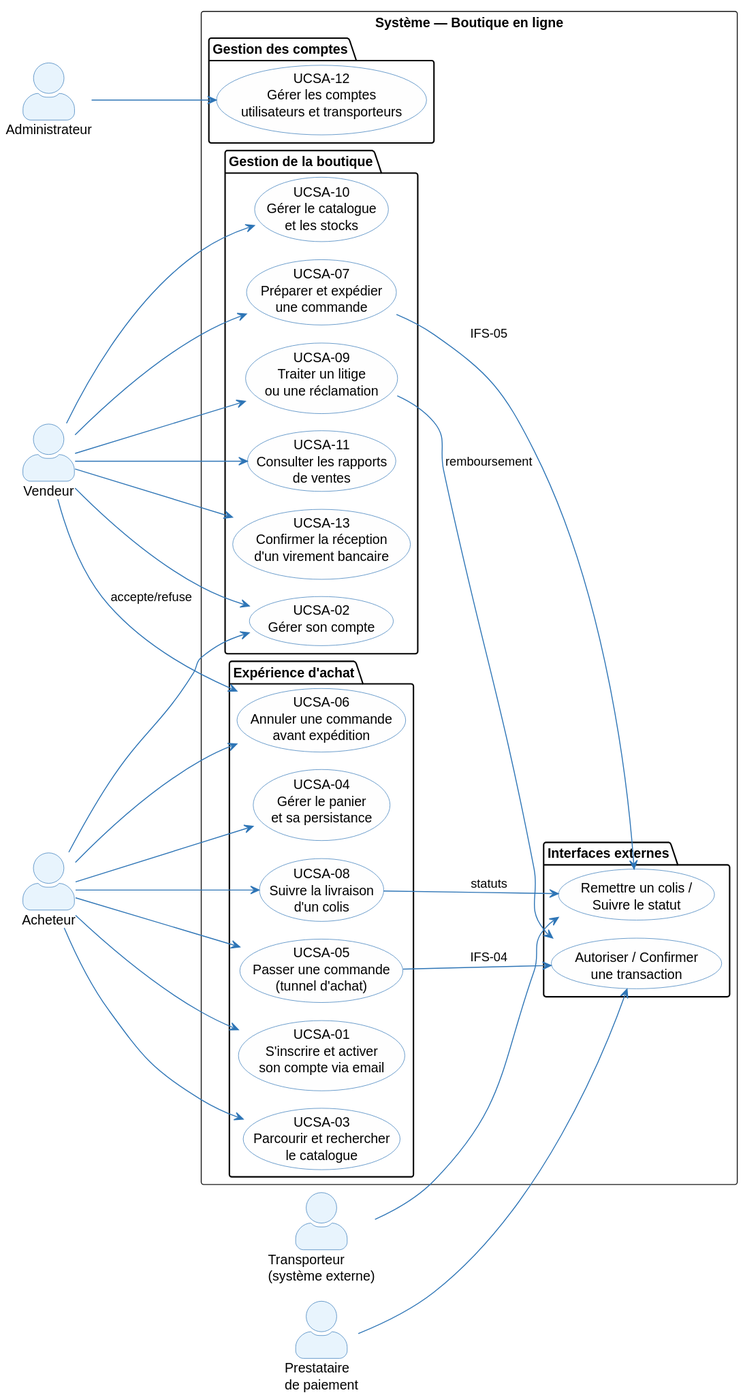
Before: architecture/02-system-analysis/diagrams/sa-use-case.svg, a diagram exported from PlantUML (louistalvande/online_shop).
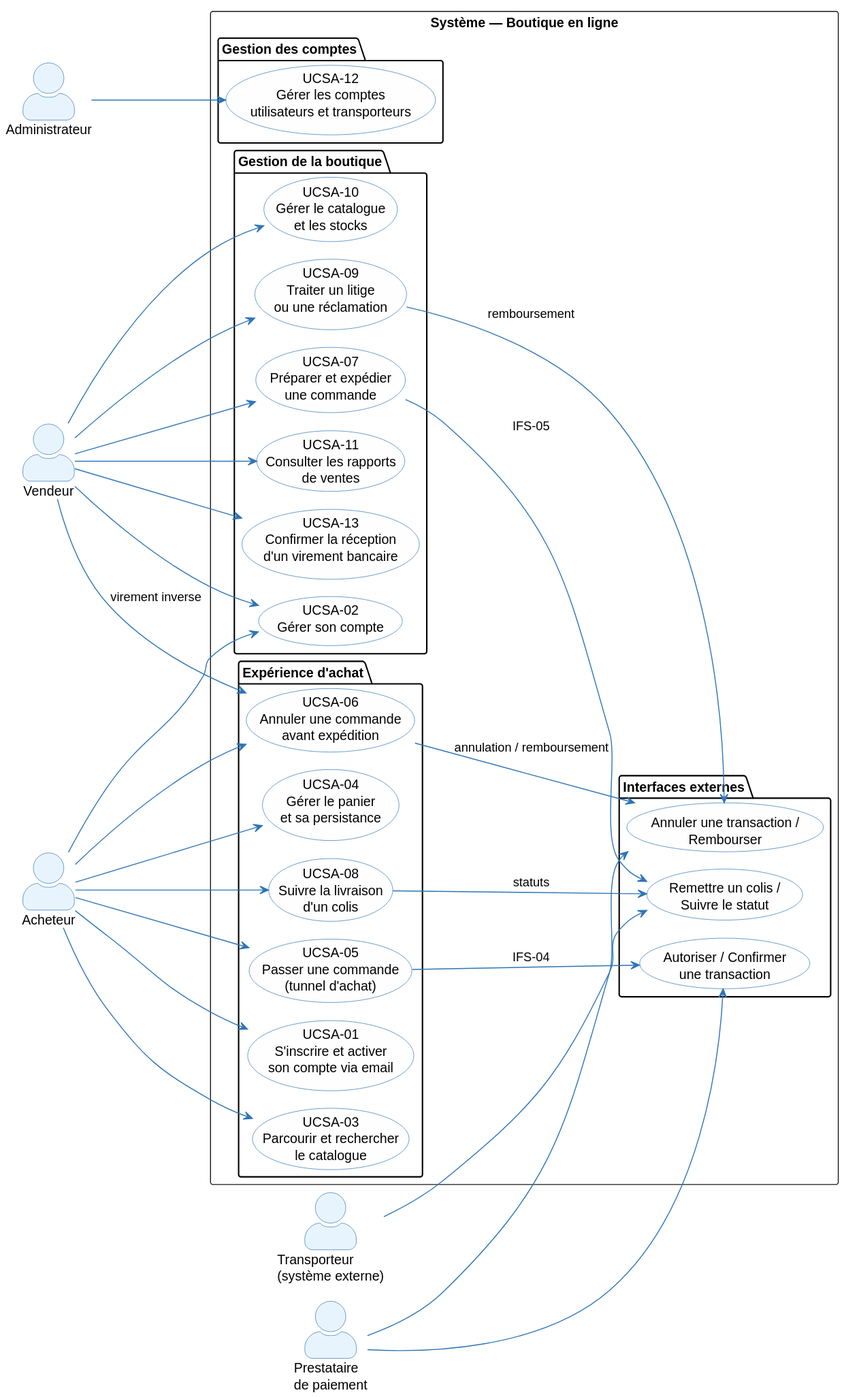
The same diagram one commit later.

Commit message:
add cancel transaction UC

Diff of the diagram source:
```diff
@@ -44,7 +44,8 @@
   }
 
   package "Interfaces externes" {
-    usecase (Autoriser / Confirmer\nune transaction) as UC_P
+    usecase (Autoriser / Confirmer\nune transaction) as UC_P1
+    usecase (Annuler une transaction /\nRembourser) as UC_P3
     usecase (Remettre un colis /\nSuivre le statut) as UC_C
   }
 }
@@ -57,7 +58,7 @@
 Vendor --> UC09
 Vendor --> UC11
 Vendor --> UC13
-Vendor --> UC06 : accepte/refuse
+Vendor --> UC06 : virement inverse
 
 Buyer --> UC01
 Buyer --> UC02
@@ -67,11 +68,13 @@
 Buyer --> UC06
 Buyer --> UC08
 
-UC05 --> UC_P : IFS-04
-UC09 --> UC_P : remboursement
+UC05 --> UC_P1 : IFS-04
+UC06 --> UC_P3 : annulation / remboursement
+UC09 --> UC_P3 : remboursement
 UC07 --> UC_C : IFS-05
 UC08 --> UC_C : statuts
 
-Payment --> UC_P
+Payment --> UC_P1
+Payment --> UC_P3
 Carrier --> UC_C
 @enduml
```
